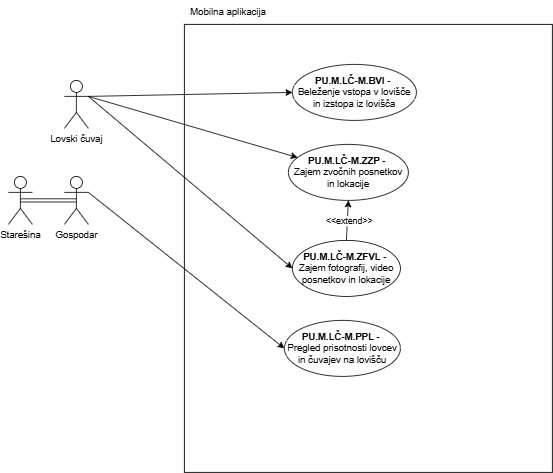
Before: Lovski cuvaj-Mobilna aplikacija.drawio.png, a diagram exported from draw.io (ErnestISv/Lovstvo). Source tidied: cells renumbered, new cells last; positions are measured from the earlier drawing's top-left corner, leaving out a move shared by most shapes.
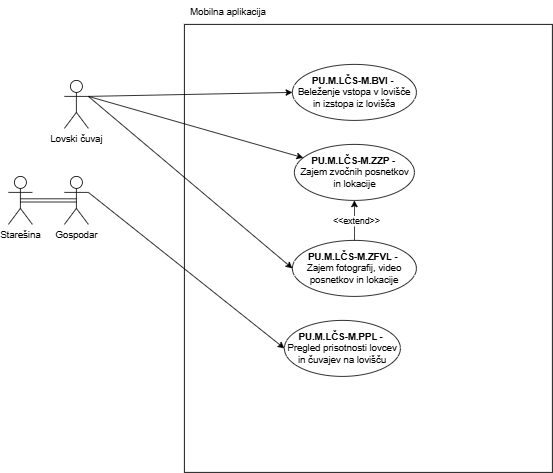
After the change.

Change to the diagram source:
```diff
@@ -17,14 +17,14 @@
     <mxCell id="6" value="Gospodar" style="shape=umlActor;verticalLabelPosition=bottom;verticalAlign=top;html=1;outlineConnect=0;" parent="1" vertex="1">
       <mxGeometry x="70" y="220" width="30" height="60" as="geometry" />
     </mxCell>
-    <mxCell id="7" value="&lt;b&gt;PU.M.LČ-M.ZZP&amp;nbsp;-&amp;nbsp;&lt;/b&gt;&lt;div&gt;Zajem zvočnih posnetkov in lokacije&lt;/div&gt;" style="ellipse;whiteSpace=wrap;html=1;" parent="1" vertex="1">
-      <mxGeometry x="350" y="180" width="150" height="70" as="geometry" />
+    <mxCell id="7" value="&lt;b&gt;PU.M.LČS-M.ZZP&amp;nbsp;-&amp;nbsp;&lt;/b&gt;&lt;div&gt;Zajem zvočnih posnetkov in lokacije&lt;/div&gt;" style="ellipse;whiteSpace=wrap;html=1;" parent="1" vertex="1">
+      <mxGeometry x="357.5" y="180" width="150" height="70" as="geometry" />
     </mxCell>
     <mxCell id="8" style="endArrow=classic;html=1;rounded=0;exitX=1;exitY=0.3333333333333333;exitDx=0;exitDy=0;exitPerimeter=0;" parent="1" edge="1" source="3" target="7">
       <mxGeometry relative="1" as="geometry" />
     </mxCell>
-    <mxCell id="9" value="&lt;b&gt;PU.M.LČ-M.ZFVL&amp;nbsp;-&amp;nbsp;&lt;/b&gt;&lt;div&gt;Zajem fotografij, video posnetkov in lokacije&lt;/div&gt;" style="ellipse;whiteSpace=wrap;html=1;" parent="1" vertex="1">
-      <mxGeometry x="355" y="300" width="135" height="70" as="geometry" />
+    <mxCell id="9" value="&lt;b&gt;PU.M.LČS-M.ZFVL&amp;nbsp;-&amp;nbsp;&lt;/b&gt;&lt;div&gt;Zajem fotografij, video posnetkov in lokacije&lt;/div&gt;" style="ellipse;whiteSpace=wrap;html=1;" parent="1" vertex="1">
+      <mxGeometry x="355" y="300" width="155" height="70" as="geometry" />
     </mxCell>
     <mxCell id="10" style="endArrow=classic;html=1;rounded=0;entryX=0;entryY=0.5;entryDx=0;entryDy=0;" parent="1" edge="1" target="9">
       <mxGeometry relative="1" as="geometry">
@@ -34,13 +34,13 @@
     <mxCell id="11" value="Mobilna aplikacija" style="text;html=1;align=center;verticalAlign=middle;whiteSpace=wrap;rounded=0;" parent="1" vertex="1">
       <mxGeometry x="220" width="110" height="30" as="geometry" />
     </mxCell>
-    <mxCell id="12" value="&lt;b&gt;PU.M.LČ-M.PPL&amp;nbsp;&lt;/b&gt;-&amp;nbsp;&lt;div&gt;Pregled prisotnosti lovcev in čuvajev na lovišču&lt;/div&gt;" style="ellipse;whiteSpace=wrap;html=1;" parent="1" vertex="1">
+    <mxCell id="12" value="&lt;b&gt;PU.M.LČS-M.PPL&amp;nbsp;&lt;/b&gt;-&amp;nbsp;&lt;div&gt;Pregled prisotnosti lovcev in čuvajev na lovišču&lt;/div&gt;" style="ellipse;whiteSpace=wrap;html=1;" parent="1" vertex="1">
       <mxGeometry x="345" y="400" width="145" height="70" as="geometry" />
     </mxCell>
     <mxCell id="13" style="endArrow=classic;html=1;rounded=0;exitX=1;exitY=0.3333333333333333;exitDx=0;exitDy=0;exitPerimeter=0;entryX=0;entryY=0.5;entryDx=0;entryDy=0;" parent="1" edge="1" source="6" target="12">
       <mxGeometry relative="1" as="geometry" />
     </mxCell>
-    <mxCell id="14" value="&lt;b&gt;PU.M.LČ-M.BVI -&amp;nbsp;&lt;/b&gt;&lt;div&gt;Beleženje vstopa v lovišče in izstopa iz lovišča&lt;/div&gt;" style="ellipse;whiteSpace=wrap;html=1;" parent="1" vertex="1">
+    <mxCell id="14" value="&lt;b&gt;PU.M.LČS-M.BVI -&amp;nbsp;&lt;/b&gt;&lt;div&gt;Beleženje vstopa v lovišče in izstopa iz lovišča&lt;/div&gt;" style="ellipse;whiteSpace=wrap;html=1;" parent="1" vertex="1">
       <mxGeometry x="355" y="80" width="155" height="70" as="geometry" />
     </mxCell>
     <mxCell id="15" style="endArrow=classic;html=1;rounded=0;entryX=0;entryY=0.5;entryDx=0;entryDy=0;" parent="1" edge="1" target="14">
```
